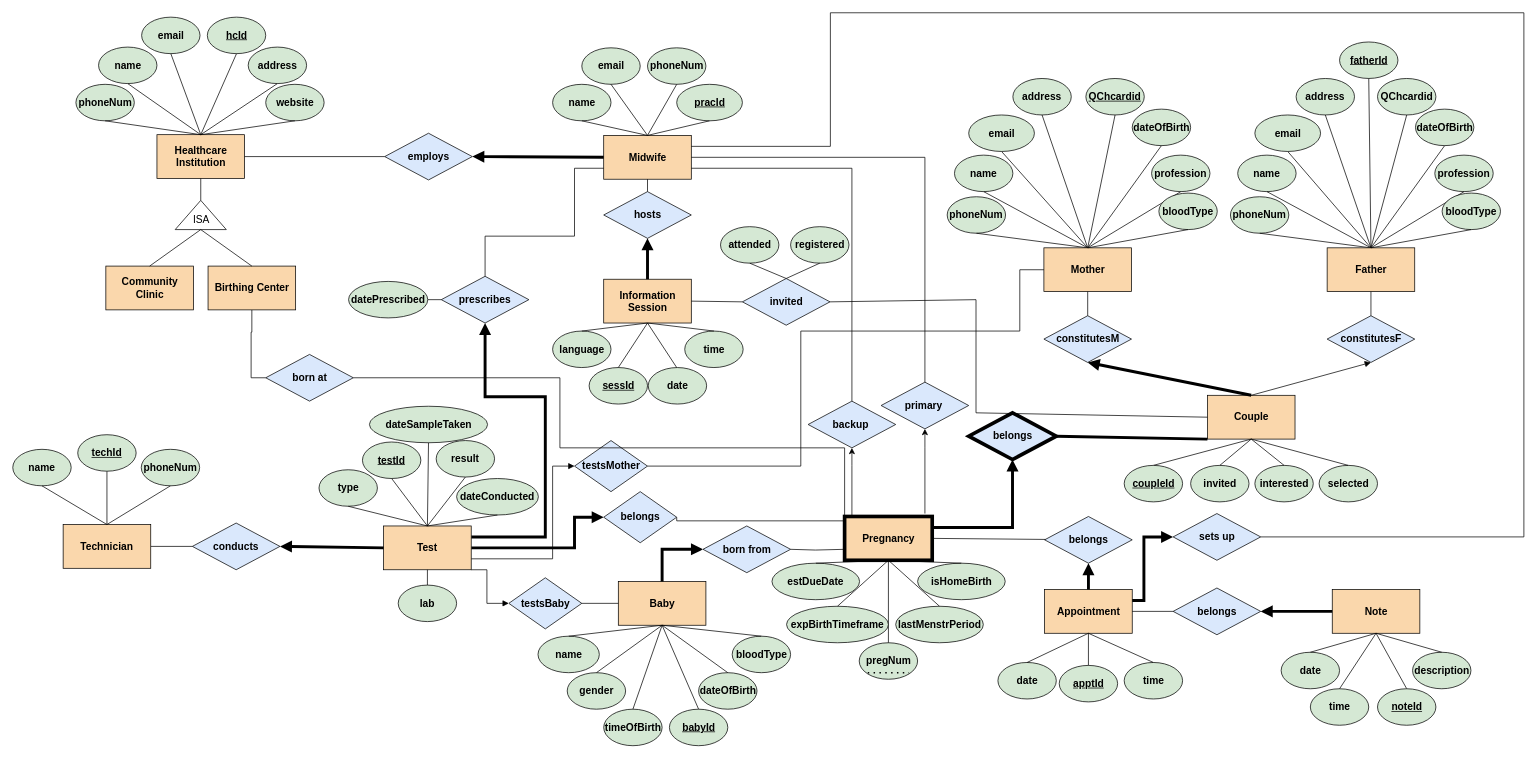
The draw.io diagram p1/ER.drawio in YazdanZ/McGill-COMP421-Project, before the edit. Source tidied: cells renumbered, new cells numbered last; positions are measured from the earlier drawing's top-left corner, leaving out a move shared by most shapes. Both pictures are drawn from the tidied source at 73%, with x=0, y=0 at pixel (12, 12).
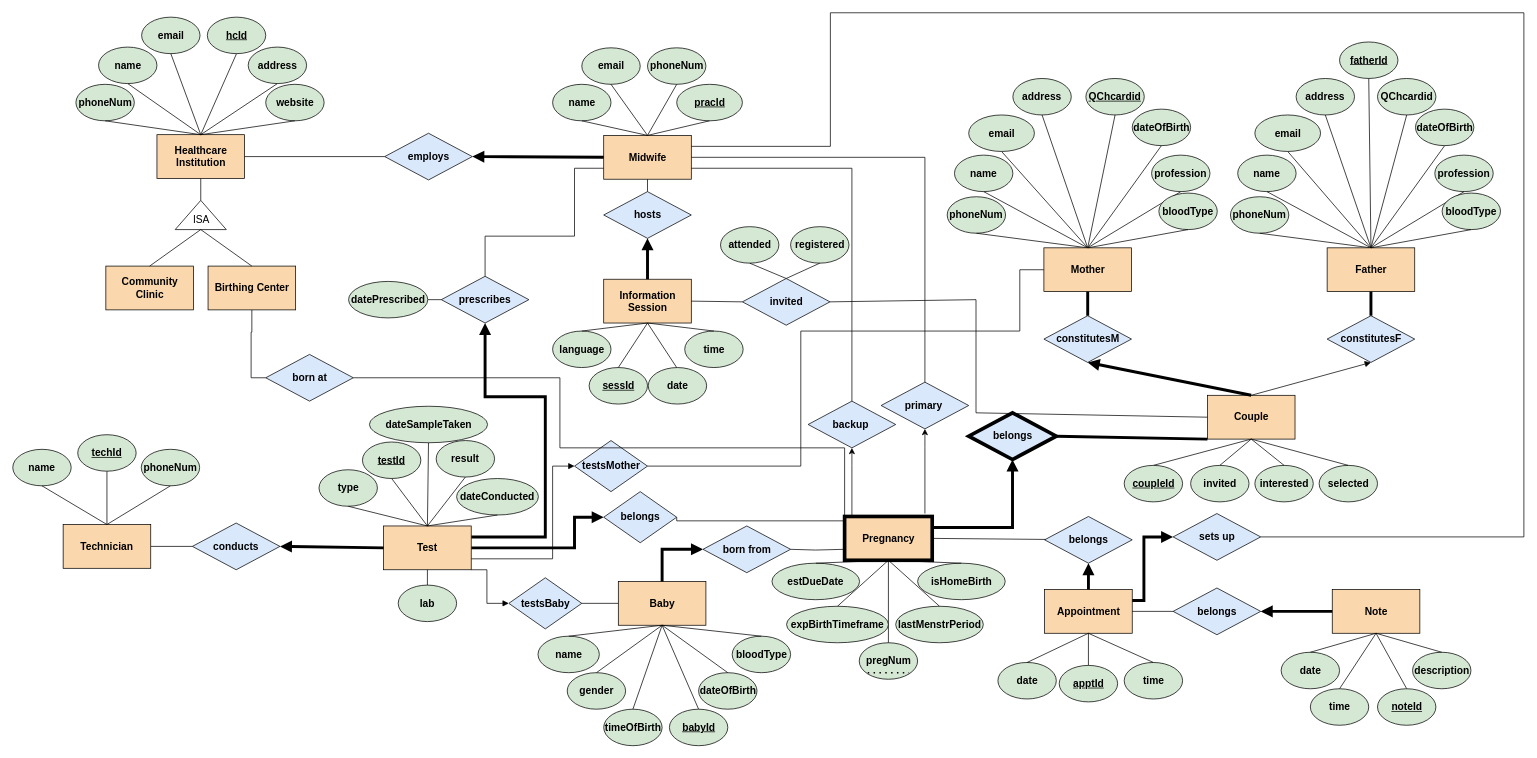
Above is the later version.

The change refers to these unchanged cells:
```xml
<mxCell id="64" value="&lt;b&gt;&lt;font style=&quot;font-size: 14px&quot;&gt;Mother&lt;/font&gt;&lt;/b&gt;" style="rounded=0;whiteSpace=wrap;html=1;fillColor=#fad7ac;strokeColor=#000000;" parent="1" vertex="1">
  <mxGeometry x="1412.5" y="322" width="120" height="60" as="geometry" />
</mxCell>
<mxCell id="99" value="&lt;b&gt;constitutesF&lt;/b&gt;" style="rhombus;whiteSpace=wrap;html=1;fontSize=14;strokeColor=#000000;fillColor=#dae8fc;" parent="1" vertex="1">
  <mxGeometry x="1800.5" y="415" width="120" height="64" as="geometry" />
</mxCell>
<mxCell id="100" value="&lt;b&gt;constitutesM&lt;/b&gt;" style="rhombus;whiteSpace=wrap;html=1;fontSize=14;strokeColor=#000000;fillColor=#dae8fc;" parent="1" vertex="1">
  <mxGeometry x="1412.5" y="415" width="120" height="64" as="geometry" />
</mxCell>
<mxCell id="194" value="&lt;b&gt;&lt;font style=&quot;font-size: 14px&quot;&gt;Father&lt;/font&gt;&lt;/b&gt;" style="rounded=0;whiteSpace=wrap;html=1;fillColor=#fad7ac;strokeColor=#000000;" parent="1" vertex="1">
  <mxGeometry x="1800.5" y="322" width="120" height="60" as="geometry" />
</mxCell>
```

Change to the diagram source:
```diff
@@
-    <mxCell id="101" style="endArrow=none;html=1;rounded=0;fontSize=14;entryX=0.5;entryY=1;entryDx=0;entryDy=0;exitX=0.5;exitY=0;exitDx=0;exitDy=0;strokeWidth=1;" parent="1" edge="1" source="100" target="64">
+    <mxCell id="101" style="endArrow=none;html=1;rounded=0;fontSize=14;entryX=0.5;entryY=1;entryDx=0;entryDy=0;exitX=0.5;exitY=0;exitDx=0;exitDy=0;strokeWidth=4;" parent="1" edge="1" source="100" target="64">
       <mxGeometry relative="1" as="geometry" />
     </mxCell>
@@
-    <mxCell id="200" style="endArrow=none;html=1;rounded=0;fontSize=14;entryX=0.5;entryY=1;entryDx=0;entryDy=0;exitX=0.5;exitY=0;exitDx=0;exitDy=0;strokeWidth=1;" parent="1" edge="1" source="99" target="194">
+    <mxCell id="200" style="endArrow=none;html=1;rounded=0;fontSize=14;entryX=0.5;entryY=1;entryDx=0;entryDy=0;exitX=0.5;exitY=0;exitDx=0;exitDy=0;strokeWidth=4;" parent="1" edge="1" source="99" target="194">
       <mxGeometry relative="1" as="geometry" />
     </mxCell>
```
